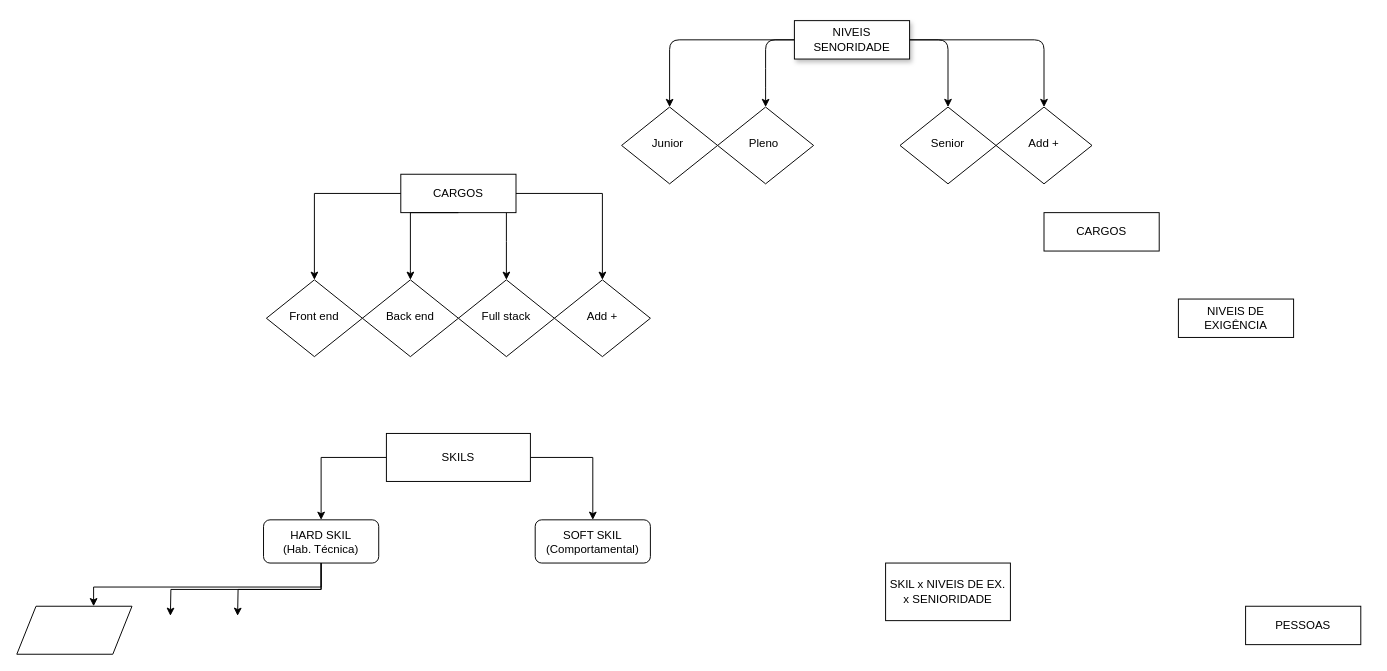
Above: Untitled Diagram.drawio in nat-1501/projeto-site (draw.io), before the change. Source tidied: cells renumbered, new cells numbered last; positions are measured from the earlier drawing's top-left corner, leaving out a move shared by most shapes. Both pictures are drawn from the tidied source at 96%, with x=0, y=0 at pixel (16, 20).
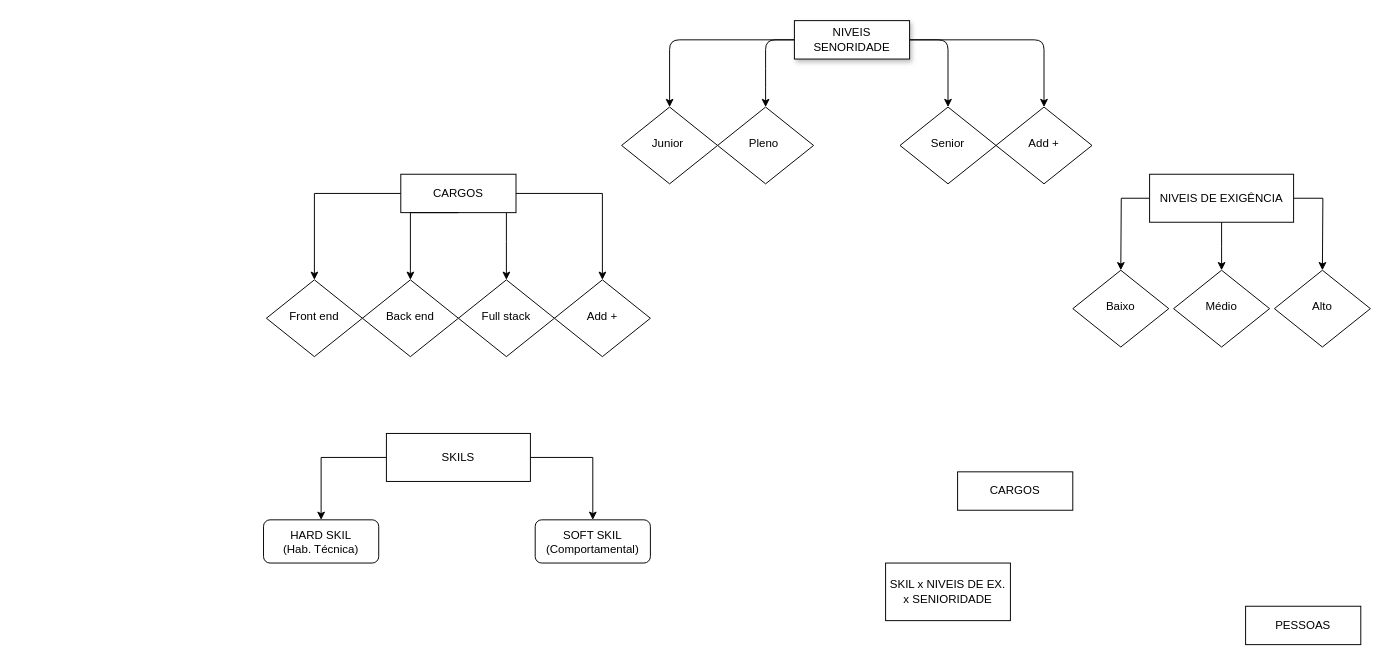
After the change.

Commit message:
Niveis de exigencia Diagram.drawio

The change refers to these unchanged cells:
```xml
<mxCell id="32" value="HARD SKIL&lt;br&gt;(Hab. Técnica)" style="rounded=1;whiteSpace=wrap;html=1;" parent="1" vertex="1">
  <mxGeometry x="257" y="520" width="120" height="45" as="geometry" />
</mxCell>
```

Change to the diagram source:
```diff
@@
     <mxCell id="2" value="CARGOS" style="whiteSpace=wrap;html=1;fontSize=12;glass=0;strokeWidth=1;shadow=0;" parent="1" vertex="1">
-      <mxGeometry x="1070" y="200" width="120" height="40" as="geometry" />
+      <mxGeometry x="980" y="470" width="120" height="40" as="geometry" />
     </mxCell>
@@
+    <mxCell id="34" style="edgeStyle=orthogonalEdgeStyle;rounded=0;jettySize=auto;html=1;exitX=0.5;exitY=1;exitDx=0;exitDy=0;" parent="1" edge="1" source="11">
+      <mxGeometry relative="1" as="geometry">
+        <mxPoint x="1255" y="260" as="targetPoint" />
+      </mxGeometry>
+    </mxCell>
+    <mxCell id="35" style="edgeStyle=orthogonalEdgeStyle;rounded=0;jettySize=auto;html=1;exitX=0;exitY=0.5;exitDx=0;exitDy=0;" parent="1" edge="1" source="11">
+      <mxGeometry relative="1" as="geometry">
+        <mxPoint x="1150" y="260" as="targetPoint" />
+      </mxGeometry>
+    </mxCell>
+    <mxCell id="36" style="edgeStyle=orthogonalEdgeStyle;rounded=0;jettySize=auto;html=1;exitX=1;exitY=0.5;exitDx=0;exitDy=0;" parent="1" edge="1" source="11">
+      <mxGeometry relative="1" as="geometry">
+        <mxPoint x="1360" y="260" as="targetPoint" />
+      </mxGeometry>
+    </mxCell>
     <mxCell id="11" value="NIVEIS DE EXIGÊNCIA" style="whiteSpace=wrap;html=1;fontSize=12;glass=0;strokeWidth=1;shadow=0;" parent="1" vertex="1">
-      <mxGeometry x="1210" y="290" width="120" height="40" as="geometry" />
+      <mxGeometry x="1180" y="160" width="150" height="50" as="geometry" />
     </mxCell>
@@
-    <mxCell id="29" style="edgeStyle=orthogonalEdgeStyle;rounded=0;jettySize=auto;html=1;exitX=0.5;exitY=1;exitDx=0;exitDy=0;" parent="1" edge="1" source="32" target="33">
-      <mxGeometry relative="1" as="geometry">
-        <Array as="points">
-          <mxPoint x="317" y="590" />
-          <mxPoint x="80" y="590" />
-        </Array>
-      </mxGeometry>
-    </mxCell>
-    <mxCell id="30" style="edgeStyle=orthogonalEdgeStyle;rounded=0;jettySize=auto;html=1;exitX=0.5;exitY=1;exitDx=0;exitDy=0;" parent="1" edge="1" source="32">
-      <mxGeometry relative="1" as="geometry">
-        <mxPoint x="160" y="620" as="targetPoint" />
-      </mxGeometry>
-    </mxCell>
-    <mxCell id="31" style="edgeStyle=orthogonalEdgeStyle;rounded=0;jettySize=auto;html=1;exitX=0.5;exitY=1;exitDx=0;exitDy=0;" parent="1" edge="1" source="32">
-      <mxGeometry relative="1" as="geometry">
-        <mxPoint x="230" y="620" as="targetPoint" />
-      </mxGeometry>
-    </mxCell>
@@
-    <mxCell id="33" style="shape=parallelogram;perimeter=parallelogramPerimeter;whiteSpace=wrap;html=1;fixedSize=1;" parent="1" vertex="1">
-      <mxGeometry y="610" width="120" height="50" as="geometry" />
-    </mxCell>
+    <mxCell id="37" value="Baixo" style="rhombus;whiteSpace=wrap;html=1;shadow=0;fontFamily=Helvetica;fontSize=12;align=center;strokeWidth=1;spacing=6;spacingTop=-4;" parent="1" vertex="1">
+      <mxGeometry x="1100" y="260" width="100" height="80" as="geometry" />
+    </mxCell>
+    <mxCell id="38" value="Alto" style="rhombus;whiteSpace=wrap;html=1;shadow=0;fontFamily=Helvetica;fontSize=12;align=center;strokeWidth=1;spacing=6;spacingTop=-4;" parent="1" vertex="1">
+      <mxGeometry x="1310" y="260" width="100" height="80" as="geometry" />
+    </mxCell>
+    <mxCell id="39" value="Médio" style="rhombus;whiteSpace=wrap;html=1;shadow=0;fontFamily=Helvetica;fontSize=12;align=center;strokeWidth=1;spacing=6;spacingTop=-4;" parent="1" vertex="1">
+      <mxGeometry x="1205" y="260" width="100" height="80" as="geometry" />
+    </mxCell>
```
